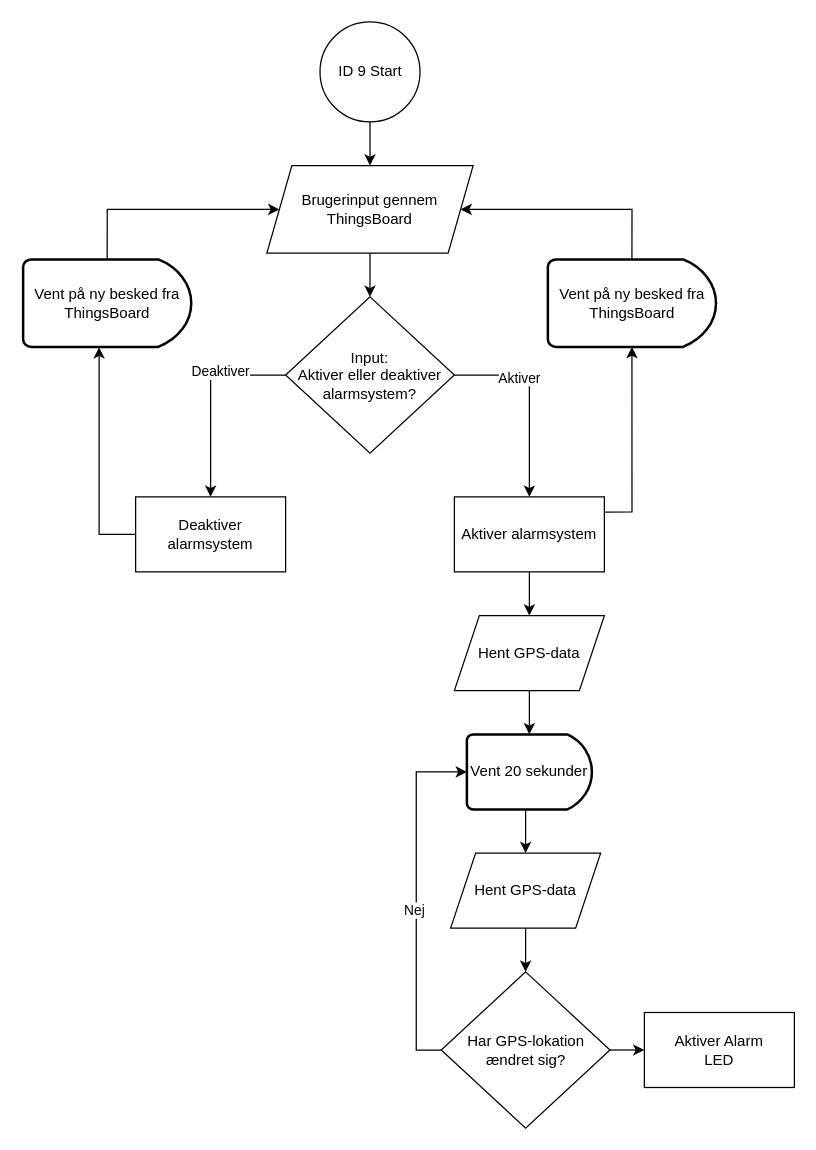
Before: ID 09, P3/ID 9 Alarmsystem.drawio in KEA-E24-B9-IOT1/E24-B9-IoT1, a draw.io diagram. Source tidied: cells renumbered, new cells numbered last; positions are measured from the earlier drawing's top-left corner, leaving out a move shared by most shapes. Both pictures are drawn from the tidied source at 125%, with x=0, y=0 at pixel (22, 21).
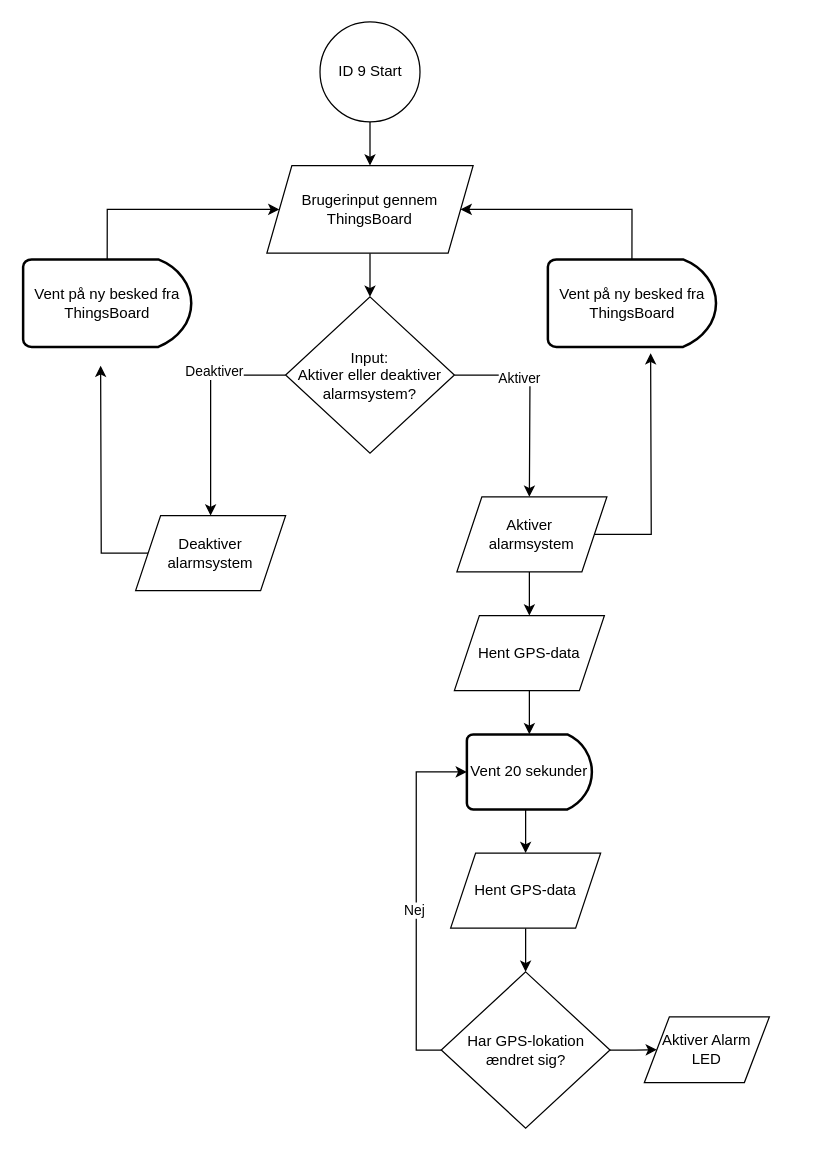
After the change.

Commit message:
Rektangler opdateret til parallelogrammer

The change refers to these unchanged cells:
```xml
<mxCell id="10" value="Input:&lt;br&gt;&lt;div&gt;Aktiver eller deaktiver alarmsystem?&lt;br&gt;&lt;/div&gt;" style="rhombus;whiteSpace=wrap;html=1;" parent="1" vertex="1">
  <mxGeometry x="210" y="220" width="135" height="125" as="geometry" />
</mxCell>
<mxCell id="15" value="&lt;div&gt;Vent på ny besked fra ThingsBoard&lt;br&gt;&lt;/div&gt;" style="strokeWidth=2;html=1;shape=mxgraph.flowchart.delay;whiteSpace=wrap;" parent="1" vertex="1">
  <mxGeometry y="190" width="134.5" height="70" as="geometry" />
</mxCell>
<mxCell id="18" value="&lt;div&gt;Vent på ny besked fra ThingsBoard&lt;br&gt;&lt;/div&gt;" style="strokeWidth=2;html=1;shape=mxgraph.flowchart.delay;whiteSpace=wrap;" parent="1" vertex="1">
  <mxGeometry x="419.8" y="190" width="134.5" height="70" as="geometry" />
</mxCell>
<mxCell id="20" value="Hent GPS-data" style="shape=parallelogram;perimeter=parallelogramPerimeter;whiteSpace=wrap;html=1;fixedSize=1;" parent="1" vertex="1">
  <mxGeometry x="345" y="475" width="120" height="60" as="geometry" />
</mxCell>
<mxCell id="27" value="&lt;div&gt;Har GPS-lokation&lt;/div&gt;&lt;div&gt;ændret sig?&lt;br&gt;&lt;/div&gt;" style="rhombus;whiteSpace=wrap;html=1;" parent="1" vertex="1">
  <mxGeometry x="334.5" y="760" width="135" height="125" as="geometry" />
</mxCell>
```

What changed in the source:
```diff
@@
-    <mxCell id="6" style="edgeStyle=orthogonalEdgeStyle;rounded=0;jettySize=auto;html=1;exitX=1;exitY=0.5;exitDx=0;exitDy=0;" parent="1" edge="1" source="10" target="12">
-      <mxGeometry relative="1" as="geometry" />
+    <mxCell id="6" style="edgeStyle=orthogonalEdgeStyle;rounded=0;jettySize=auto;html=1;exitX=1;exitY=0.5;exitDx=0;exitDy=0;" parent="1" edge="1" source="10">
+      <mxGeometry relative="1" as="geometry">
+        <mxPoint x="405" y="380" as="targetPoint" />
+      </mxGeometry>
     </mxCell>
@@
-    <mxCell id="11" style="edgeStyle=orthogonalEdgeStyle;rounded=0;jettySize=auto;html=1;exitX=0.5;exitY=1;exitDx=0;exitDy=0;entryX=0.5;entryY=0;entryDx=0;entryDy=0;" parent="1" edge="1" source="12" target="20">
-      <mxGeometry relative="1" as="geometry" />
+    <mxCell id="11" style="edgeStyle=orthogonalEdgeStyle;rounded=0;jettySize=auto;html=1;exitX=0.5;exitY=1;exitDx=0;exitDy=0;entryX=0.5;entryY=0;entryDx=0;entryDy=0;" parent="1" edge="1" target="20">
+      <mxGeometry relative="1" as="geometry">
+        <mxPoint x="405" y="440" as="sourcePoint" />
+      </mxGeometry>
     </mxCell>
-    <mxCell id="12" value="Aktiver alarmsystem" style="rounded=0;whiteSpace=wrap;html=1;" parent="1" vertex="1">
-      <mxGeometry x="345" y="380" width="120" height="60" as="geometry" />
-    </mxCell>
-    <mxCell id="13" value="Deaktiver alarmsystem" style="rounded=0;whiteSpace=wrap;html=1;" parent="1" vertex="1">
-      <mxGeometry x="90" y="380" width="120" height="60" as="geometry" />
-    </mxCell>
@@
-    <mxCell id="16" style="edgeStyle=orthogonalEdgeStyle;rounded=0;jettySize=auto;html=1;exitX=0;exitY=0.5;exitDx=0;exitDy=0;entryX=0.452;entryY=1.005;entryDx=0;entryDy=0;entryPerimeter=0;" parent="1" edge="1" source="13" target="15">
-      <mxGeometry relative="1" as="geometry" />
-    </mxCell>
@@
-    <mxCell id="19" style="edgeStyle=orthogonalEdgeStyle;rounded=0;jettySize=auto;html=1;exitX=1.005;exitY=0.202;exitDx=0;exitDy=0;entryX=0.5;entryY=1;entryDx=0;entryDy=0;entryPerimeter=0;exitPerimeter=0;" parent="1" edge="1" source="12" target="18">
-      <mxGeometry relative="1" as="geometry" />
-    </mxCell>
@@
-    <mxCell id="26" style="edgeStyle=orthogonalEdgeStyle;rounded=0;jettySize=auto;html=1;exitX=1;exitY=0.5;exitDx=0;exitDy=0;entryX=0;entryY=0.5;entryDx=0;entryDy=0;" parent="1" edge="1" source="27" target="30">
+    <mxCell id="26" style="edgeStyle=orthogonalEdgeStyle;rounded=0;jettySize=auto;html=1;entryX=0;entryY=0.5;entryDx=0;entryDy=0;" parent="1" edge="1" source="27" target="30">
       <mxGeometry relative="1" as="geometry" />
     </mxCell>
@@
+    <mxCell id="31" style="edgeStyle=orthogonalEdgeStyle;rounded=0;jettySize=auto;html=1;" parent="1" edge="1" source="13">
+      <mxGeometry relative="1" as="geometry">
+        <mxPoint x="62" y="275" as="targetPoint" />
+      </mxGeometry>
+    </mxCell>
+    <mxCell id="13" value="Deaktiver alarmsystem" style="shape=parallelogram;perimeter=parallelogramPerimeter;whiteSpace=wrap;html=1;fixedSize=1;" parent="1" vertex="1">
+      <mxGeometry x="90" y="395" width="120" height="60" as="geometry" />
+    </mxCell>
+    <mxCell id="32" style="edgeStyle=orthogonalEdgeStyle;rounded=0;jettySize=auto;html=1;exitX=1;exitY=0.5;exitDx=0;exitDy=0;" parent="1" edge="1" source="12">
+      <mxGeometry relative="1" as="geometry">
+        <mxPoint x="502" y="265" as="targetPoint" />
+      </mxGeometry>
+    </mxCell>
+    <mxCell id="12" value="Aktiver&amp;nbsp;&lt;div&gt;alarmsystem&lt;/div&gt;" style="shape=parallelogram;perimeter=parallelogramPerimeter;whiteSpace=wrap;html=1;fixedSize=1;" parent="1" vertex="1">
+      <mxGeometry x="347" y="380" width="120" height="60" as="geometry" />
+    </mxCell>
-    <mxCell id="30" value="&lt;div&gt;Aktiver Alarm&lt;/div&gt;&lt;div&gt;LED&lt;br&gt;&lt;/div&gt;" style="rounded=0;whiteSpace=wrap;html=1;" parent="1" vertex="1">
-      <mxGeometry x="497" y="792.5" width="120" height="60" as="geometry" />
+    <mxCell id="30" value="&lt;div&gt;Aktiver Alarm&lt;/div&gt;&lt;div&gt;LED&lt;/div&gt;" style="shape=parallelogram;perimeter=parallelogramPerimeter;whiteSpace=wrap;html=1;fixedSize=1;" parent="1" vertex="1">
+      <mxGeometry x="497" y="796" width="100" height="52.5" as="geometry" />
     </mxCell>
```
